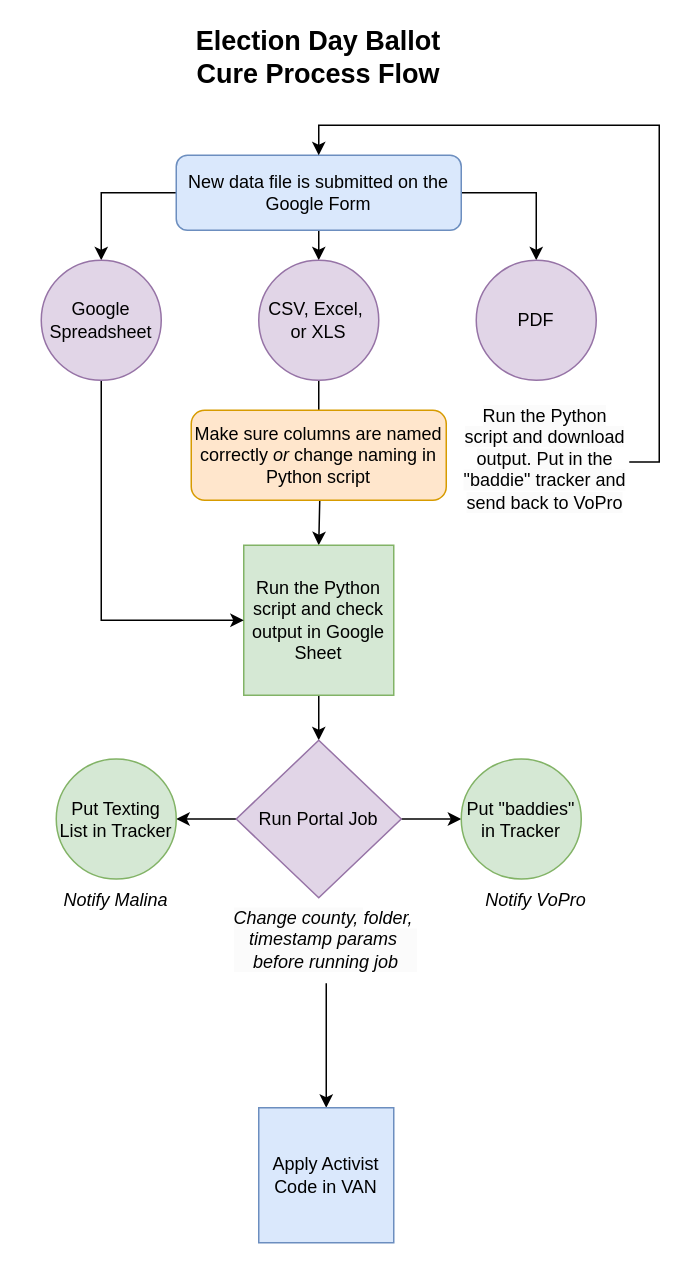
Before: Non-Technical-Ballot-Cure-Flow.drawio in jaredbach/DataDiagrams, a draw.io diagram. Source tidied: cells renumbered, new cells numbered last; positions are measured from the earlier drawing's top-left corner, leaving out a move shared by most shapes. Both pictures are drawn from the tidied source at 150%, with x=0, y=0 at pixel (26, 34).
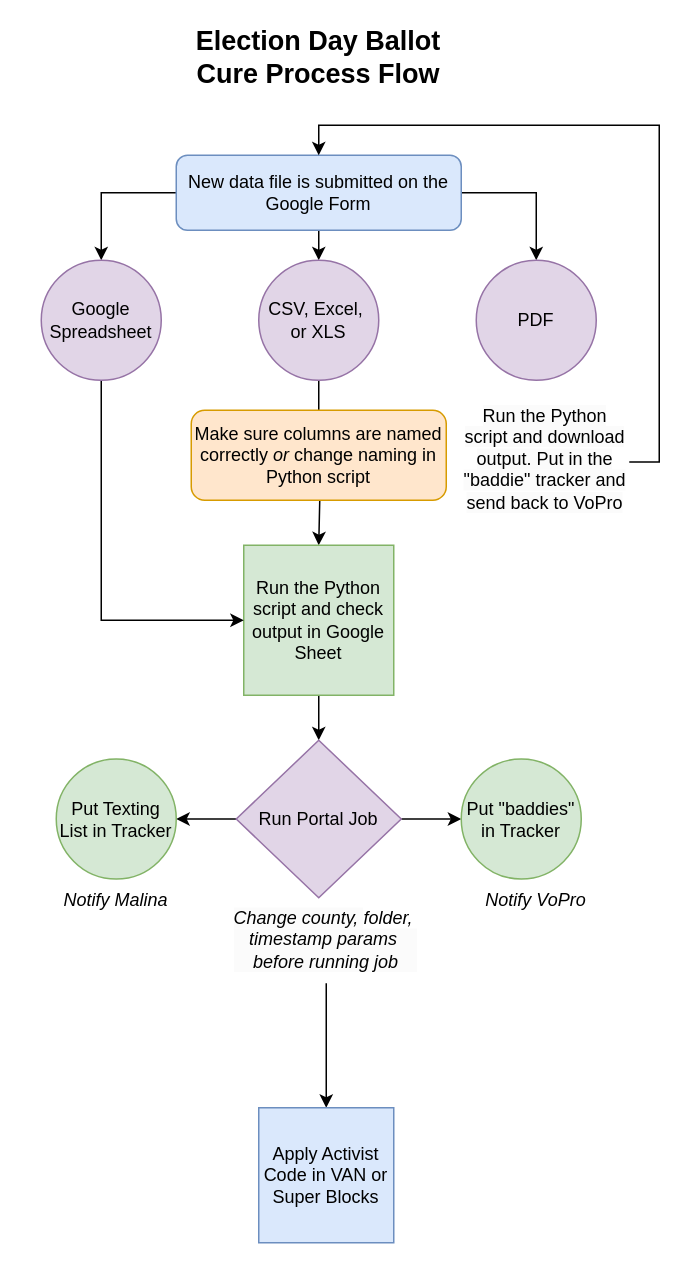
After the change.

What changed in the source:
```diff
@@
-    <mxCell id="26" value="Apply Activist Code in VAN" style="whiteSpace=wrap;html=1;fillColor=#dae8fc;strokeColor=#6c8ebf;" parent="1" vertex="1">
+    <mxCell id="26" value="Apply Activist Code in VAN or Super Blocks" style="whiteSpace=wrap;html=1;fillColor=#dae8fc;strokeColor=#6c8ebf;" parent="1" vertex="1">
       <mxGeometry x="155" y="715" width="90" height="90" as="geometry" />
     </mxCell>
```
